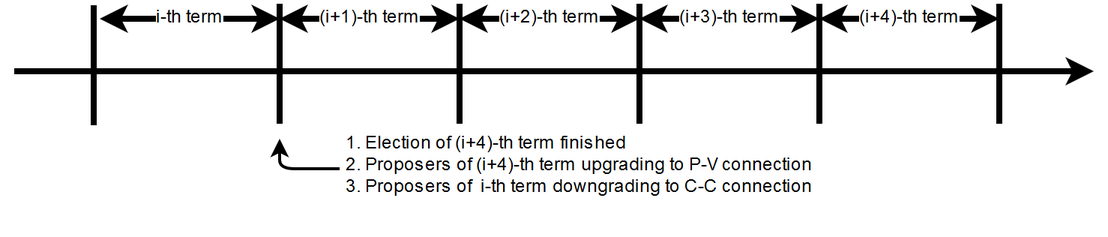
Before: docs/implementation/p2p upgrade.png, a diagram exported from draw.io (CPChain/chain). Source tidied: cells renumbered, new cells last; positions are measured from the earlier drawing's top-left corner, leaving out a move shared by most shapes. Source of this version:
```xml
<mxGraphModel>
  <root>
    <mxCell id="0" />
    <mxCell id="1" parent="0" />
    <mxCell id="2" style="endArrow=classic;html=1;strokeWidth=4;" parent="1" edge="1">
      <mxGeometry relative="1" as="geometry">
        <mxPoint y="45" as="sourcePoint" />
        <mxPoint x="720" y="45" as="targetPoint" />
      </mxGeometry>
    </mxCell>
    <mxCell id="3" style="endArrow=none;html=1;strokeWidth=4;" parent="1" edge="1">
      <mxGeometry relative="1" as="geometry">
        <mxPoint x="53" y="81" as="sourcePoint" />
        <mxPoint x="53" y="1" as="targetPoint" />
      </mxGeometry>
    </mxCell>
    <mxCell id="4" style="endArrow=none;html=1;strokeWidth=4;" parent="1" edge="1">
      <mxGeometry relative="1" as="geometry">
        <mxPoint x="177" y="80" as="sourcePoint" />
        <mxPoint x="177" as="targetPoint" />
      </mxGeometry>
    </mxCell>
    <mxCell id="5" style="endArrow=none;html=1;strokeWidth=4;" parent="1" edge="1">
      <mxGeometry relative="1" as="geometry">
        <mxPoint x="417" y="80" as="sourcePoint" />
        <mxPoint x="417" as="targetPoint" />
      </mxGeometry>
    </mxCell>
    <mxCell id="6" style="endArrow=none;html=1;strokeWidth=4;" parent="1" edge="1">
      <mxGeometry relative="1" as="geometry">
        <mxPoint x="297" y="80" as="sourcePoint" />
        <mxPoint x="297" as="targetPoint" />
      </mxGeometry>
    </mxCell>
    <mxCell id="7" style="endArrow=none;html=1;strokeWidth=4;" parent="1" edge="1">
      <mxGeometry relative="1" as="geometry">
        <mxPoint x="537" y="80" as="sourcePoint" />
        <mxPoint x="537" as="targetPoint" />
      </mxGeometry>
    </mxCell>
    <mxCell id="8" style="endArrow=classic;startArrow=classic;html=1;strokeWidth=4;" parent="1" edge="1">
      <mxGeometry relative="1" as="geometry">
        <mxPoint x="177" y="10" as="sourcePoint" />
        <mxPoint x="297" y="10" as="targetPoint" />
      </mxGeometry>
    </mxCell>
    <mxCell id="9" value="&lt;div&gt;(i+1)-th term&lt;/div&gt;" style="text;html=1;align=center;verticalAlign=middle;labelBackgroundColor=#ffffff;" parent="8" vertex="1">
      <mxGeometry x="-0.12" y="1" relative="1" as="geometry">
        <mxPoint x="7.5" y="1" as="offset" />
      </mxGeometry>
    </mxCell>
    <mxCell id="10" style="endArrow=classic;startArrow=classic;html=1;strokeWidth=4;" parent="1" edge="1">
      <mxGeometry relative="1" as="geometry">
        <mxPoint x="57" y="10" as="sourcePoint" />
        <mxPoint x="177" y="10" as="targetPoint" />
      </mxGeometry>
    </mxCell>
    <mxCell id="11" value="&lt;div&gt;i-th term&lt;/div&gt;" style="text;html=1;align=center;verticalAlign=middle;labelBackgroundColor=#ffffff;" parent="10" vertex="1">
      <mxGeometry x="-0.12" y="1" relative="1" as="geometry">
        <mxPoint x="7.5" y="1" as="offset" />
      </mxGeometry>
    </mxCell>
    <mxCell id="12" style="endArrow=classic;startArrow=classic;html=1;strokeWidth=4;" parent="1" edge="1">
      <mxGeometry relative="1" as="geometry">
        <mxPoint x="297" y="10" as="sourcePoint" />
        <mxPoint x="417" y="10" as="targetPoint" />
      </mxGeometry>
    </mxCell>
    <mxCell id="13" value="&lt;div&gt;(i+2)-th term&lt;/div&gt;" style="text;html=1;align=center;verticalAlign=middle;labelBackgroundColor=#ffffff;" parent="12" vertex="1">
      <mxGeometry x="-0.12" y="1" relative="1" as="geometry">
        <mxPoint x="7.5" y="1" as="offset" />
      </mxGeometry>
    </mxCell>
    <mxCell id="14" style="endArrow=classic;startArrow=classic;html=1;strokeWidth=4;labelPosition=center;verticalLabelPosition=middle;align=center;verticalAlign=middle;" parent="1" edge="1">
      <mxGeometry relative="1" as="geometry">
        <mxPoint x="417" y="10" as="sourcePoint" />
        <mxPoint x="537" y="10" as="targetPoint" />
      </mxGeometry>
    </mxCell>
    <mxCell id="15" value="&lt;div&gt;(i+3)-th term&lt;/div&gt;" style="text;html=1;align=center;verticalAlign=middle;labelBackgroundColor=#ffffff;" parent="14" vertex="1">
      <mxGeometry x="-0.12" y="1" relative="1" as="geometry">
        <mxPoint x="7.5" y="1" as="offset" />
      </mxGeometry>
    </mxCell>
    <mxCell id="16" style="endArrow=classic;html=1;strokeWidth=2;align=center;" parent="1" edge="1">
      <mxGeometry relative="1" as="geometry">
        <mxPoint x="217" y="110" as="sourcePoint" />
        <mxPoint x="177" y="90" as="targetPoint" />
        <Array as="points">
          <mxPoint x="177" y="110" />
        </Array>
      </mxGeometry>
    </mxCell>
    <mxCell id="17" value="&lt;div align=&quot;left&quot;&gt;&lt;ol&gt;&lt;li&gt;Election of (i+4)-th term finished&lt;/li&gt;&lt;li&gt;Proposers of (i+4)-th term upgrading to P-V connection&lt;/li&gt;&lt;li&gt;Proposers of&amp;nbsp; i-th term downgrading to C-C connection&lt;br&gt;&lt;div&gt;&lt;br&gt;&lt;/div&gt;&lt;/li&gt;&lt;/ol&gt;&lt;/div&gt;" style="text;html=1;strokeColor=none;fillColor=none;align=center;verticalAlign=middle;whiteSpace=wrap;rounded=0;" parent="1" vertex="1">
      <mxGeometry x="190" y="106" width="345" height="20" as="geometry" />
    </mxCell>
    <mxCell id="18" style="endArrow=none;html=1;strokeWidth=4;" parent="1" edge="1">
      <mxGeometry relative="1" as="geometry">
        <mxPoint x="657" y="80" as="sourcePoint" />
        <mxPoint x="657" as="targetPoint" />
      </mxGeometry>
    </mxCell>
    <mxCell id="19" style="endArrow=classic;startArrow=classic;html=1;strokeWidth=4;labelPosition=center;verticalLabelPosition=middle;align=center;verticalAlign=middle;" parent="1" edge="1">
      <mxGeometry relative="1" as="geometry">
        <mxPoint x="537" y="10" as="sourcePoint" />
        <mxPoint x="657" y="10" as="targetPoint" />
      </mxGeometry>
    </mxCell>
    <mxCell id="20" value="&lt;div&gt;(i+4)-th term&lt;/div&gt;" style="text;html=1;align=center;verticalAlign=middle;labelBackgroundColor=#ffffff;" parent="19" vertex="1">
      <mxGeometry x="-0.12" y="1" relative="1" as="geometry">
        <mxPoint x="7.5" y="1" as="offset" />
      </mxGeometry>
    </mxCell>
  </root>
</mxGraphModel>
```
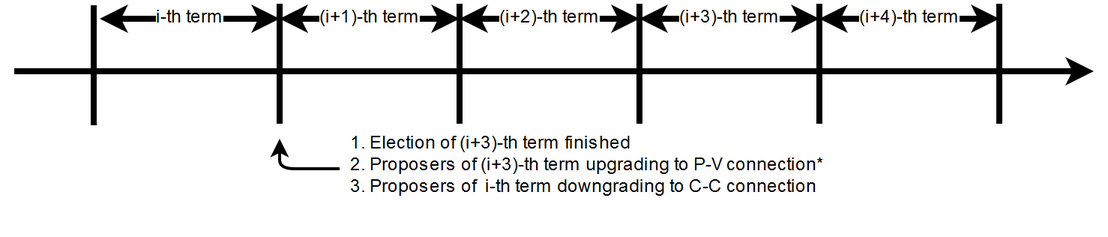
After the commit.

Commit message:
CHAIN-469 refined the figure

The edit, as a diff of the source:
```diff
@@ -91,8 +91,8 @@
         </Array>
       </mxGeometry>
     </mxCell>
-    <mxCell id="17" value="&lt;div align=&quot;left&quot;&gt;&lt;ol&gt;&lt;li&gt;Election of (i+4)-th term finished&lt;/li&gt;&lt;li&gt;Proposers of (i+4)-th term upgrading to P-V connection&lt;/li&gt;&lt;li&gt;Proposers of&amp;nbsp; i-th term downgrading to C-C connection&lt;br&gt;&lt;div&gt;&lt;br&gt;&lt;/div&gt;&lt;/li&gt;&lt;/ol&gt;&lt;/div&gt;" style="text;html=1;strokeColor=none;fillColor=none;align=center;verticalAlign=middle;whiteSpace=wrap;rounded=0;" parent="1" vertex="1">
-      <mxGeometry x="190" y="106" width="345" height="20" as="geometry" />
+    <mxCell id="17" value="&lt;div align=&quot;left&quot;&gt;&lt;ol&gt;&lt;li&gt;Election of (i+3)-th term finished&lt;/li&gt;&lt;li&gt;Proposers of (i+3)-th term upgrading to P-V connection*&lt;/li&gt;&lt;li&gt;Proposers of&amp;nbsp; i-th term downgrading to C-C connection&lt;br&gt;&lt;div&gt;&lt;br&gt;&lt;/div&gt;&lt;/li&gt;&lt;/ol&gt;&lt;/div&gt;" style="text;html=1;strokeColor=none;fillColor=none;align=center;verticalAlign=middle;whiteSpace=wrap;rounded=0;" parent="1" vertex="1">
+      <mxGeometry x="190" y="106" width="357" height="20" as="geometry" />
     </mxCell>
     <mxCell id="18" style="endArrow=none;html=1;strokeWidth=4;" parent="1" edge="1">
       <mxGeometry relative="1" as="geometry">
```
